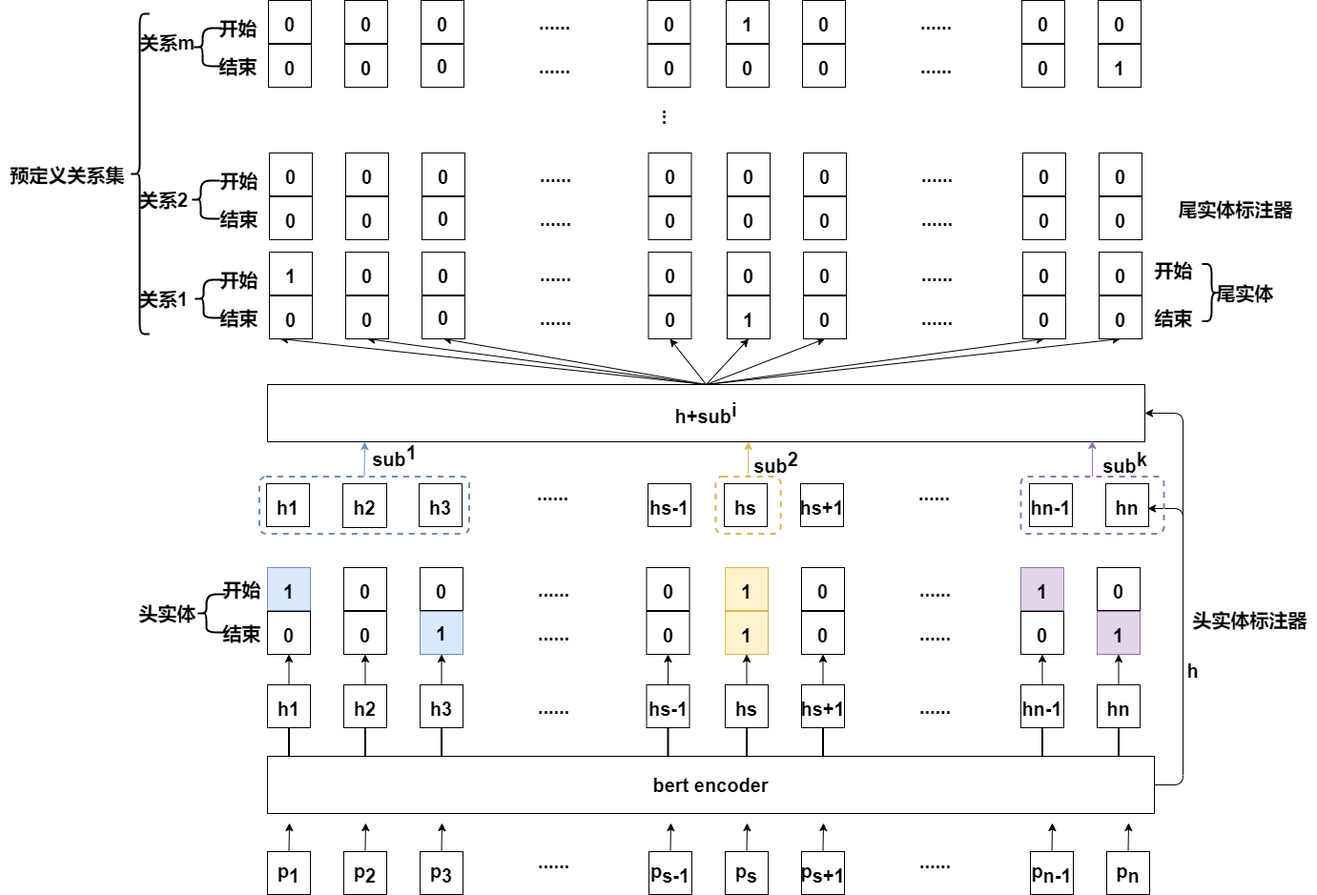
bigbigkid/begin_one keeps this draw.io diagram as 分层序列标注流程图.png. Above is the earlier version. Source tidied: cells renumbered, new cells last; positions are measured from the earlier drawing's top-left corner, leaving out a move shared by most shapes.
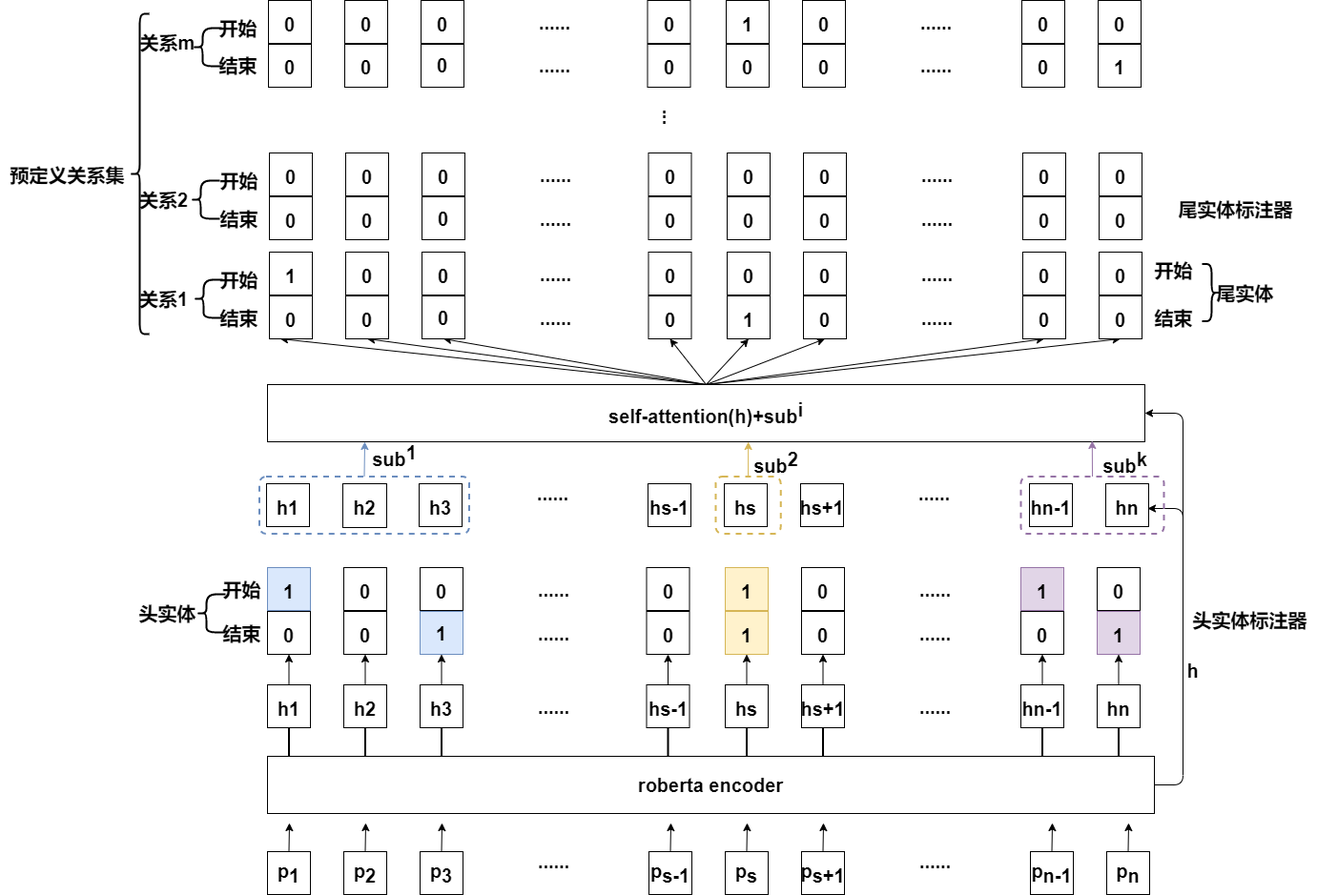
The same diagram one commit later.

Commit message:
Update 分层序列标注流程图.png

The edit, as a diff of the source:
```diff
@@ -58,7 +58,7 @@
     <mxCell id="15" value="p&lt;sub style=&quot;font-size: 20px;&quot;&gt;n-1&lt;/sub&gt;" style="whiteSpace=wrap;html=1;fontSize=20;fontStyle=1;" parent="1" vertex="1">
       <mxGeometry x="1080" y="893" width="45" height="45" as="geometry" />
     </mxCell>
-    <mxCell id="16" value="&lt;font style=&quot;font-size: 20px;&quot;&gt;bert&amp;nbsp;encoder&lt;/font&gt;" style="rounded=0;whiteSpace=wrap;html=1;fontSize=20;fontStyle=1;" parent="1" vertex="1">
+    <mxCell id="16" value="&lt;font style=&quot;font-size: 20px&quot;&gt;roberta encoder&lt;/font&gt;" style="rounded=0;whiteSpace=wrap;html=1;fontSize=20;fontStyle=1;" parent="1" vertex="1">
       <mxGeometry x="280" y="793" width="930" height="60" as="geometry" />
     </mxCell>
     <mxCell id="17" value="&lt;font style=&quot;font-size: 20px;&quot;&gt;......&lt;/font&gt;" style="text;html=1;align=center;verticalAlign=middle;fontSize=20;fontStyle=1;" parent="1" vertex="1">
@@ -249,7 +249,7 @@
     <mxCell id="78" style="edgeStyle=none;rounded=0;jettySize=auto;html=1;exitX=0.5;exitY=0;exitDx=0;exitDy=0;entryX=0.5;entryY=1;entryDx=0;entryDy=0;strokeWidth=1;fontSize=20;fontStyle=1;" parent="1" edge="1" source="79" target="112">
       <mxGeometry relative="1" as="geometry" />
     </mxCell>
-    <mxCell id="79" value="&lt;span style=&quot;font-size: 20px;&quot;&gt;h+sub&lt;sup style=&quot;font-size: 20px;&quot;&gt;i&lt;/sup&gt;&lt;/span&gt;" style="rounded=0;whiteSpace=wrap;html=1;fontSize=20;fontStyle=1;" parent="1" vertex="1">
+    <mxCell id="79" value="&lt;span style=&quot;font-size: 20px&quot;&gt;self-attention(h)+sub&lt;sup style=&quot;font-size: 20px&quot;&gt;i&lt;/sup&gt;&lt;/span&gt;" style="rounded=0;whiteSpace=wrap;html=1;fontSize=20;fontStyle=1;" parent="1" vertex="1">
       <mxGeometry x="280" y="403" width="920" height="60" as="geometry" />
     </mxCell>
     <mxCell id="80" style="edgeStyle=segmentEdgeStyle;endArrow=classic;html=1;strokeWidth=1;exitX=1;exitY=0.5;exitDx=0;exitDy=0;fontSize=20;fontStyle=1;" parent="1" edge="1" source="16">
```
